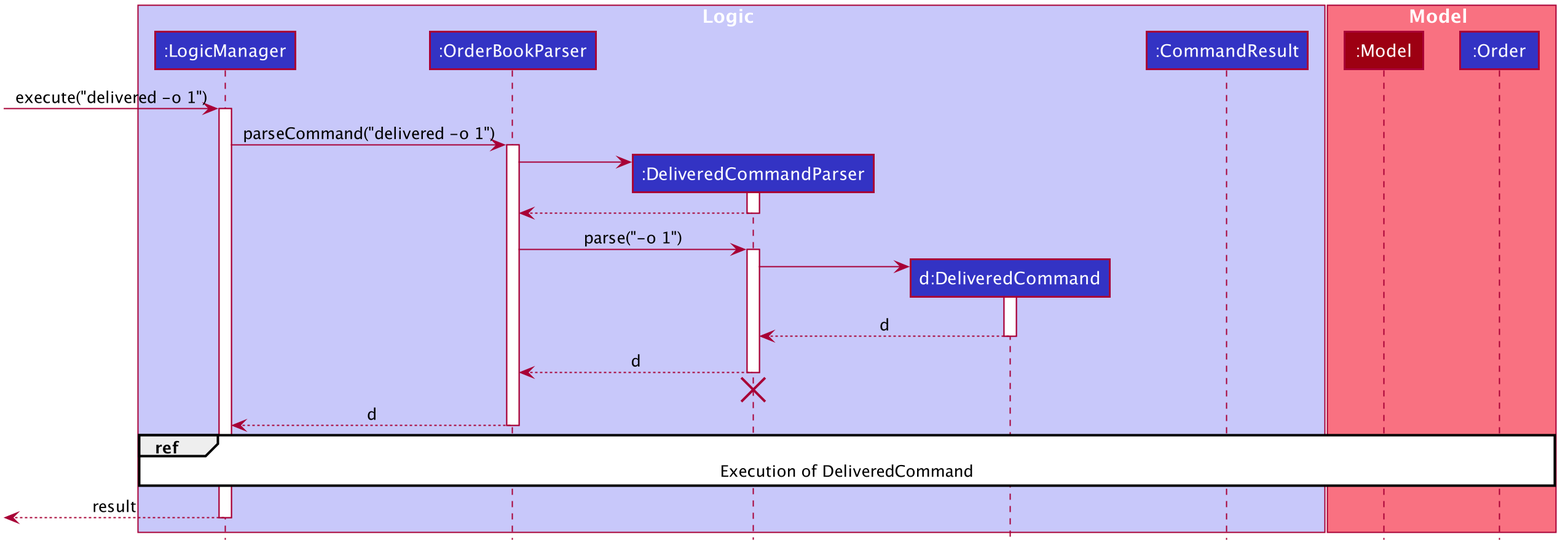
Before: docs/images/DeliveredSequenceDiagram.png, a diagram exported from PlantUML (nus-cs2103-AY1920S2/addressbook-level3). Source of this version:
```plantuml
@startuml








skinparam BackgroundColor #FFFFFFF

skinparam Shadowing false

skinparam Class {
    FontColor #FFFFFF
    BorderThickness 1
    BorderColor #FFFFFF
    StereotypeFontColor #FFFFFF
    FontName Arial
}

skinparam Actor {
    BorderColor #000000
    Color #000000
    FontName Arial
}

skinparam Sequence {
    MessageAlign center
    BoxFontSize 15
    BoxPadding 0
    BoxFontColor #FFFFFF
    FontName Arial
}

skinparam Participant {
    FontColor #FFFFFFF
    Padding 20
}

skinparam MinClassWidth 50
skinparam ParticipantPadding 10
skinparam Shadowing false
skinparam DefaultTextAlignment center
skinparam packageStyle Rectangle

hide footbox
hide members
hide circle

box Logic #C8C8FA
participant ":LogicManager" as LogicManager #3333C4
participant ":OrderBookParser" as OrderBookParser #3333C4
participant ":DeliveredCommandParser" as DeliveredCommandParser #3333C4
participant "d:DeliveredCommand" as DeliveredCommand #3333C4
participant ":CommandResult" as CommandResult #3333C4
end box

box Model #F97181
participant ":Model" as Model #9D0012
participant ":Order" as Order #3333C4
end box

[-> LogicManager : execute("delivered -o 1")
activate LogicManager

LogicManager -> OrderBookParser : parseCommand("delivered -o 1")
activate OrderBookParser

create DeliveredCommandParser
OrderBookParser -> DeliveredCommandParser
activate DeliveredCommandParser
DeliveredCommandParser --> OrderBookParser
deactivate DeliveredCommandParser

OrderBookParser -> DeliveredCommandParser : parse("-o 1")
activate DeliveredCommandParser

create DeliveredCommand
DeliveredCommandParser -> DeliveredCommand
activate DeliveredCommand

DeliveredCommand --> DeliveredCommandParser : d
deactivate DeliveredCommand

DeliveredCommandParser --> OrderBookParser : d
deactivate DeliveredCommandParser
DeliveredCommandParser -[hidden]-> OrderBookParser
destroy DeliveredCommandParser

OrderBookParser --> LogicManager : d
deactivate OrderBookParser

ref over LogicManager, Model, Order : Execution of DeliveredCommand

[<--LogicManager : result
deactivate LogicManager
@enduml
```
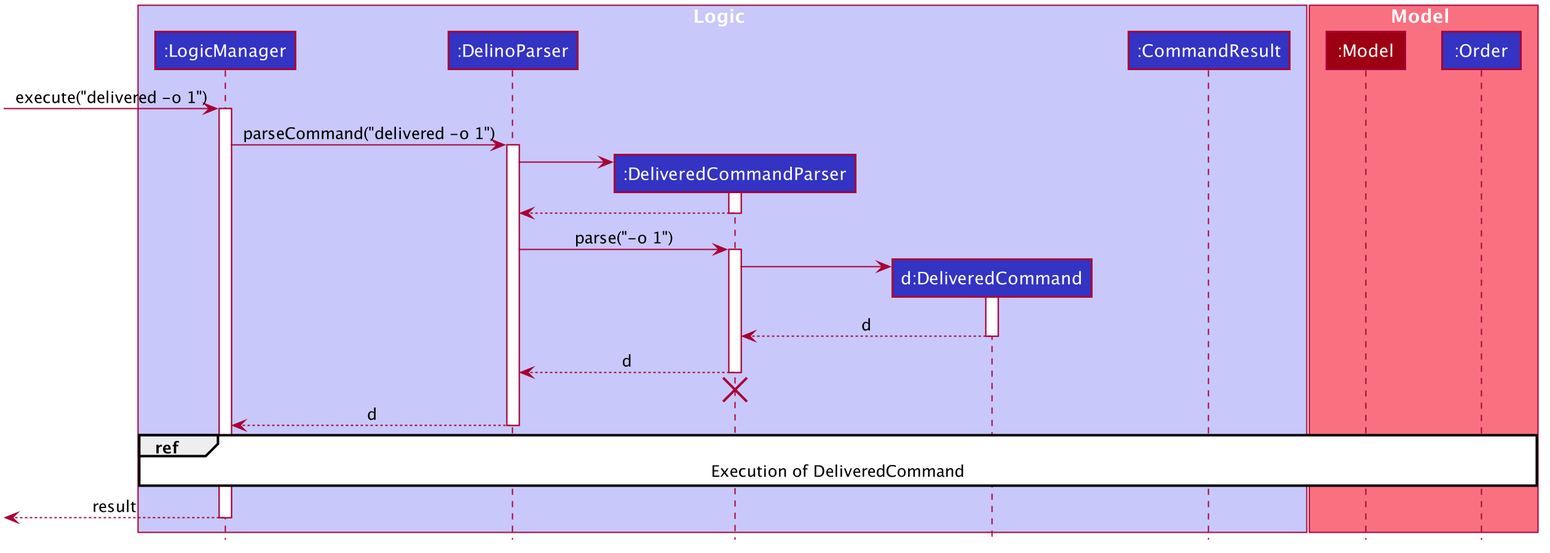
Later version of the same file.

Diff of the diagram source:
```diff
@@ -1,4 +1,5 @@
 @startuml
+
 
 
 
@@ -50,7 +51,7 @@
 
 box Logic #C8C8FA
 participant ":LogicManager" as LogicManager #3333C4
-participant ":OrderBookParser" as OrderBookParser #3333C4
+participant ":DelinoParser" as DelinoParser #3333C4
 participant ":DeliveredCommandParser" as DeliveredCommandParser #3333C4
 participant "d:DeliveredCommand" as DeliveredCommand #3333C4
 participant ":CommandResult" as CommandResult #3333C4
@@ -64,16 +65,16 @@
 [-> LogicManager : execute("delivered -o 1")
 activate LogicManager
 
-LogicManager -> OrderBookParser : parseCommand("delivered -o 1")
-activate OrderBookParser
+LogicManager -> DelinoParser : parseCommand("delivered -o 1")
+activate DelinoParser
 
 create DeliveredCommandParser
-OrderBookParser -> DeliveredCommandParser
+DelinoParser -> DeliveredCommandParser
 activate DeliveredCommandParser
-DeliveredCommandParser --> OrderBookParser
+DeliveredCommandParser --> DelinoParser
 deactivate DeliveredCommandParser
 
-OrderBookParser -> DeliveredCommandParser : parse("-o 1")
+DelinoParser -> DeliveredCommandParser : parse("-o 1")
 activate DeliveredCommandParser
 
 create DeliveredCommand
@@ -83,13 +84,13 @@
 DeliveredCommand --> DeliveredCommandParser : d
 deactivate DeliveredCommand
 
-DeliveredCommandParser --> OrderBookParser : d
+DeliveredCommandParser --> DelinoParser : d
 deactivate DeliveredCommandParser
-DeliveredCommandParser -[hidden]-> OrderBookParser
+DeliveredCommandParser -[hidden]-> DelinoParser
 destroy DeliveredCommandParser
 
-OrderBookParser --> LogicManager : d
-deactivate OrderBookParser
+DelinoParser --> LogicManager : d
+deactivate DelinoParser
 
 ref over LogicManager, Model, Order : Execution of DeliveredCommand
 
```
